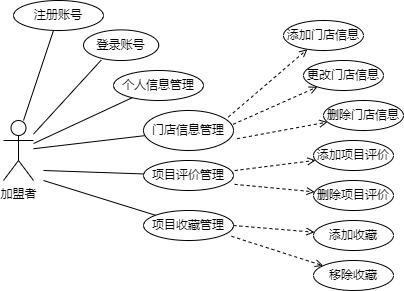
Before: diagrams/test.png, a diagram exported from draw.io (Chenyang-1024/DiagramsFromDrawIO). Source tidied: cells renumbered, new cells last; positions are measured from the earlier drawing's top-left corner, leaving out a move shared by most shapes.
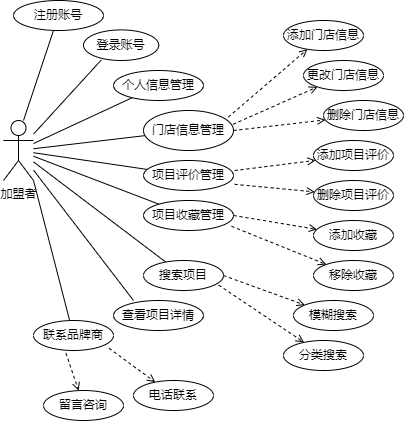
Later version of the same file.

Diff of the diagram source:
```diff
@@ -43,16 +43,14 @@
     <mxCell id="14" value="更改门店信息" style="ellipse;whiteSpace=wrap;html=1;" parent="1" vertex="1">
       <mxGeometry x="300" y="60" width="80" height="30" as="geometry" />
     </mxCell>
-    <mxCell id="15" style="endArrow=open;dashed=1;html=1;rounded=0;exitX=1.04;exitY=0.705;exitDx=0;exitDy=0;exitPerimeter=0;endFill=0;" parent="1" edge="1" source="10" target="16">
+    <mxCell id="15" style="endArrow=open;dashed=1;html=1;rounded=0;exitX=1;exitY=0.5;exitDx=0;exitDy=0;endFill=0;" parent="1" edge="1" source="10" target="16">
       <mxGeometry relative="1" as="geometry" />
     </mxCell>
     <mxCell id="16" value="删除门店信息" style="ellipse;whiteSpace=wrap;html=1;" parent="1" vertex="1">
       <mxGeometry x="320" y="100" width="80" height="30" as="geometry" />
     </mxCell>
-    <mxCell id="17" style="endArrow=none;html=1;rounded=0;" parent="1" edge="1" target="18">
-      <mxGeometry relative="1" as="geometry">
-        <mxPoint x="40" y="170" as="sourcePoint" />
-      </mxGeometry>
+    <mxCell id="17" style="endArrow=none;html=1;rounded=0;" parent="1" edge="1" source="2" target="18">
+      <mxGeometry relative="1" as="geometry" />
     </mxCell>
     <mxCell id="18" value="项目评价管理" style="ellipse;whiteSpace=wrap;html=1;" parent="1" vertex="1">
       <mxGeometry x="140" y="160" width="90" height="30" as="geometry" />
@@ -69,13 +67,11 @@
     <mxCell id="22" value="删除项目评价" style="ellipse;whiteSpace=wrap;html=1;" parent="1" vertex="1">
       <mxGeometry x="310" y="180" width="80" height="30" as="geometry" />
     </mxCell>
-    <mxCell id="23" style="endArrow=none;html=1;rounded=0;" parent="1" edge="1" target="24">
-      <mxGeometry relative="1" as="geometry">
-        <mxPoint x="40" y="180" as="sourcePoint" />
-      </mxGeometry>
+    <mxCell id="23" style="endArrow=none;html=1;rounded=0;" parent="1" edge="1" source="2" target="24">
+      <mxGeometry relative="1" as="geometry" />
     </mxCell>
     <mxCell id="24" value="项目收藏管理" style="ellipse;whiteSpace=wrap;html=1;" parent="1" vertex="1">
-      <mxGeometry x="140" y="210" width="90" height="30" as="geometry" />
+      <mxGeometry x="140" y="200" width="90" height="30" as="geometry" />
     </mxCell>
     <mxCell id="25" style="endArrow=open;dashed=1;html=1;rounded=0;exitX=1;exitY=0.5;exitDx=0;exitDy=0;endFill=0;" parent="1" edge="1" source="24" target="26">
       <mxGeometry relative="1" as="geometry" />
@@ -89,5 +85,49 @@
     <mxCell id="28" value="移除收藏" style="ellipse;whiteSpace=wrap;html=1;" parent="1" vertex="1">
       <mxGeometry x="310" y="260" width="80" height="30" as="geometry" />
     </mxCell>
+    <mxCell id="29" style="endArrow=none;html=1;rounded=0;" parent="1" edge="1" source="2" target="30">
+      <mxGeometry relative="1" as="geometry" />
+    </mxCell>
+    <mxCell id="30" value="搜索项目" style="ellipse;whiteSpace=wrap;html=1;" parent="1" vertex="1">
+      <mxGeometry x="140" y="260" width="80" height="30" as="geometry" />
+    </mxCell>
+    <mxCell id="31" style="endArrow=open;dashed=1;html=1;rounded=0;exitX=1;exitY=0.5;exitDx=0;exitDy=0;endFill=0;" parent="1" edge="1" source="30" target="32">
+      <mxGeometry relative="1" as="geometry" />
+    </mxCell>
+    <mxCell id="32" value="模糊搜索" style="ellipse;whiteSpace=wrap;html=1;" parent="1" vertex="1">
+      <mxGeometry x="290" y="300" width="80" height="30" as="geometry" />
+    </mxCell>
+    <mxCell id="33" style="endArrow=open;dashed=1;html=1;rounded=0;exitX=0.94;exitY=0.82;exitDx=0;exitDy=0;exitPerimeter=0;endFill=0;" parent="1" edge="1" source="30" target="34">
+      <mxGeometry relative="1" as="geometry" />
+    </mxCell>
+    <mxCell id="34" value="分类搜索" style="ellipse;whiteSpace=wrap;html=1;" parent="1" vertex="1">
+      <mxGeometry x="280" y="340" width="80" height="30" as="geometry" />
+    </mxCell>
+    <mxCell id="35" style="endArrow=none;html=1;rounded=0;" parent="1" edge="1" target="2">
+      <mxGeometry relative="1" as="geometry">
+        <mxPoint x="130" y="300" as="sourcePoint" />
+      </mxGeometry>
+    </mxCell>
+    <mxCell id="36" value="查看项目详情" style="ellipse;whiteSpace=wrap;html=1;" parent="1" vertex="1">
+      <mxGeometry x="110" y="300" width="90" height="30" as="geometry" />
+    </mxCell>
+    <mxCell id="37" style="endArrow=none;html=1;rounded=0;exitX=1;exitY=1;exitDx=0;exitDy=0;exitPerimeter=0;" parent="1" edge="1" source="2" target="38">
+      <mxGeometry relative="1" as="geometry" />
+    </mxCell>
+    <mxCell id="38" value="联系品牌商" style="ellipse;whiteSpace=wrap;html=1;" parent="1" vertex="1">
+      <mxGeometry x="30" y="320" width="80" height="30" as="geometry" />
+    </mxCell>
+    <mxCell id="39" style="endArrow=open;dashed=1;html=1;rounded=0;exitX=0.945;exitY=0.927;exitDx=0;exitDy=0;exitPerimeter=0;endFill=0;" parent="1" edge="1" source="38" target="40">
+      <mxGeometry relative="1" as="geometry" />
+    </mxCell>
+    <mxCell id="40" value="电话联系" style="ellipse;whiteSpace=wrap;html=1;" parent="1" vertex="1">
+      <mxGeometry x="130" y="380" width="80" height="30" as="geometry" />
+    </mxCell>
+    <mxCell id="41" style="endArrow=open;dashed=1;html=1;rounded=0;exitX=0.405;exitY=1.087;exitDx=0;exitDy=0;exitPerimeter=0;endFill=0;" parent="1" edge="1" source="38" target="42">
+      <mxGeometry relative="1" as="geometry" />
+    </mxCell>
+    <mxCell id="42" value="留言咨询" style="ellipse;whiteSpace=wrap;html=1;" parent="1" vertex="1">
+      <mxGeometry x="40" y="390" width="80" height="30" as="geometry" />
+    </mxCell>
   </root>
 </mxGraphModel>
```
